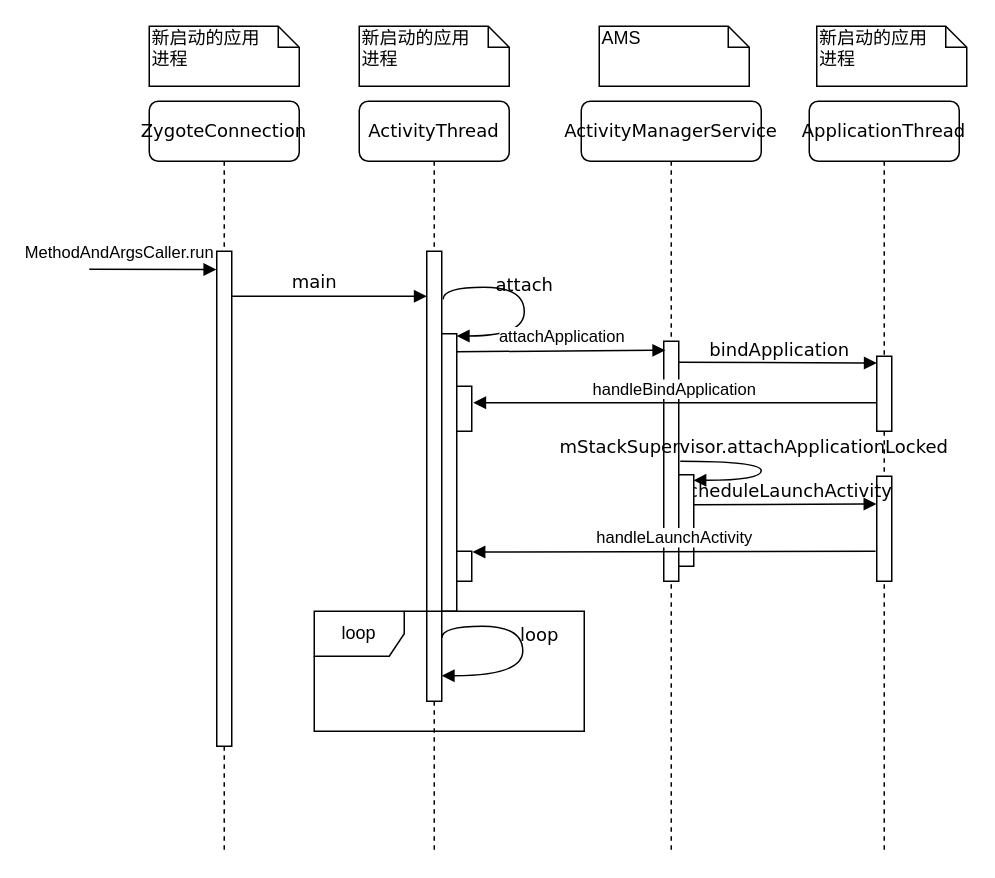
Earlier version of the draw.io diagram thesis/figure_intermediate/app_start2.drawio (january147/Graduation_Project). Source tidied: cells renumbered, new cells numbered last; positions are measured from the earlier drawing's top-left corner, leaving out a move shared by most shapes. Both pictures are drawn from the tidied source at 150%, with x=0, y=0 at pixel (88, 26).
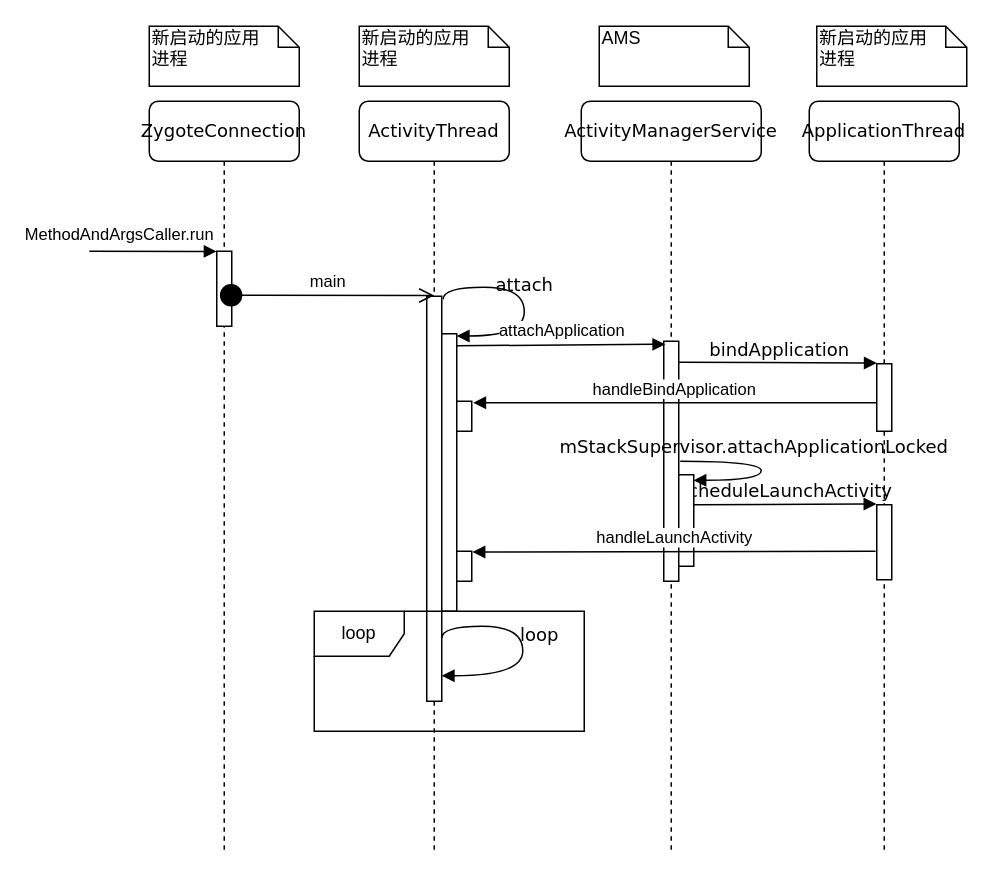
Above is the later version.

The change refers to these unchanged cells:
```xml
<mxCell id="2" value="ActivityThread&lt;br&gt;" style="shape=umlLifeline;perimeter=lifelinePerimeter;whiteSpace=wrap;html=1;outlineConnect=0;rounded=1;shadow=0;comic=0;labelBackgroundColor=none;strokeColor=#000000;strokeWidth=1;fillColor=#FFFFFF;fontFamily=Verdana;fontSize=12;fontColor=#000000;align=center;" parent="1" vertex="1">
  <mxGeometry x="180" y="50" width="100" height="500" as="geometry" />
</mxCell>
<mxCell id="6" value="ApplicationThread" style="shape=umlLifeline;perimeter=lifelinePerimeter;whiteSpace=wrap;html=1;rounded=1;shadow=0;comic=0;labelBackgroundColor=none;strokeColor=#000000;strokeWidth=1;fillColor=#FFFFFF;fontFamily=Verdana;fontSize=12;fontColor=#000000;align=center;" parent="1" vertex="1">
  <mxGeometry x="480" y="50" width="100" height="500" as="geometry" />
</mxCell>
<mxCell id="8" value="ZygoteConnection" style="shape=umlLifeline;perimeter=lifelinePerimeter;whiteSpace=wrap;html=1;rounded=1;shadow=0;comic=0;labelBackgroundColor=none;strokeColor=#000000;strokeWidth=1;fillColor=#FFFFFF;fontFamily=Verdana;fontSize=12;fontColor=#000000;align=center;" parent="1" vertex="1">
  <mxGeometry x="40" y="50" width="100" height="500" as="geometry" />
</mxCell>
```

What changed in the source:
```diff
@@
     <mxCell id="3" style="html=1;perimeter=orthogonalPerimeter;rounded=0;shadow=0;comic=0;labelBackgroundColor=none;strokeColor=#000000;strokeWidth=1;fillColor=#FFFFFF;fontFamily=Verdana;fontSize=12;fontColor=#000000;align=center;" parent="2" vertex="1">
-      <mxGeometry x="45" y="100" width="10" height="300" as="geometry" />
+      <mxGeometry x="45" y="130" width="10" height="270" as="geometry" />
     </mxCell>
@@
     <mxCell id="7" style="html=1;perimeter=orthogonalPerimeter;rounded=0;shadow=0;comic=0;labelBackgroundColor=none;strokeColor=#000000;strokeWidth=1;fillColor=#FFFFFF;fontFamily=Verdana;fontSize=12;fontColor=#000000;align=center;" parent="6" vertex="1">
-      <mxGeometry x="45" y="250" width="10" height="70" as="geometry" />
+      <mxGeometry x="45" y="269" width="10" height="50" as="geometry" />
     </mxCell>
@@
     <mxCell id="9" style="html=1;points=[];perimeter=orthogonalPerimeter;rounded=0;shadow=0;comic=0;labelBackgroundColor=none;strokeColor=#000000;strokeWidth=1;fillColor=#FFFFFF;fontFamily=Verdana;fontSize=12;fontColor=#000000;align=center;" parent="8" vertex="1">
-      <mxGeometry x="45" y="100" width="10" height="330" as="geometry" />
+      <mxGeometry x="45" y="100" width="10" height="50" as="geometry" />
     </mxCell>
     <mxCell id="10" style="html=1;points=[];perimeter=orthogonalPerimeter;rounded=0;shadow=0;comic=0;labelBackgroundColor=none;strokeColor=#000000;strokeWidth=1;fillColor=#FFFFFF;fontFamily=Verdana;fontSize=12;fontColor=#000000;align=center;" parent="1" vertex="1">
-      <mxGeometry x="525" y="220" width="10" height="50" as="geometry" />
+      <mxGeometry x="525" y="225" width="10" height="45" as="geometry" />
     </mxCell>
-    <mxCell id="11" value="main&lt;br&gt;" style="html=1;verticalAlign=bottom;endArrow=block;labelBackgroundColor=none;fontFamily=Verdana;fontSize=12;edgeStyle=elbowEdgeStyle;elbow=vertical;" parent="1" edge="1" source="9">
-      <mxGeometry x="-0.15" relative="1" as="geometry">
-        <mxPoint x="225" y="180" as="targetPoint" />
-        <Array as="points">
-          <mxPoint x="120" y="180" />
-          <mxPoint x="120" y="170" />
-        </Array>
-      </mxGeometry>
-    </mxCell>
@@
-    <mxCell id="14" value="MethodAndArgsCaller.run" style="html=1;verticalAlign=bottom;endArrow=block;entryX=-0.029;entryY=0.037;entryDx=0;entryDy=0;entryPerimeter=0;" parent="1" edge="1" target="9">
+    <mxCell id="14" value="MethodAndArgsCaller.run" style="html=1;verticalAlign=bottom;endArrow=block;entryX=-0.029;entryY=0.037;entryDx=0;entryDy=0;entryPerimeter=0;" parent="1" edge="1">
       <mxGeometry x="-0.53" y="2" relative="1" as="geometry">
-        <mxPoint y="162" as="sourcePoint" />
+        <mxPoint y="150" as="sourcePoint" />
+        <mxPoint x="84.9" y="150.1" as="targetPoint" />
       </mxGeometry>
     </mxCell>
@@
     <mxCell id="18" value="&lt;div&gt;&lt;span&gt;attachApplication&lt;/span&gt;&lt;/div&gt;" style="html=1;verticalAlign=bottom;endArrow=block;" parent="1" edge="1">
       <mxGeometry relative="1" as="geometry">
-        <mxPoint x="245" y="217" as="sourcePoint" />
-        <mxPoint x="384" y="216" as="targetPoint" />
+        <mxPoint x="245" y="213" as="sourcePoint" />
+        <mxPoint x="384" y="212" as="targetPoint" />
       </mxGeometry>
     </mxCell>
@@
     <mxCell id="21" style="html=1;perimeter=orthogonalPerimeter;rounded=0;shadow=0;comic=0;labelBackgroundColor=none;strokeColor=#000000;strokeWidth=1;fillColor=#FFFFFF;fontFamily=Verdana;fontSize=12;fontColor=#000000;align=center;" parent="1" vertex="1">
-      <mxGeometry x="245" y="240" width="10" height="30" as="geometry" />
+      <mxGeometry x="245" y="250" width="10" height="20" as="geometry" />
     </mxCell>
@@
+    <mxCell id="11" value="main" style="html=1;verticalAlign=bottom;startArrow=circle;startFill=1;endArrow=open;startSize=6;endSize=8;entryX=0.5;entryY=0.259;entryDx=0;entryDy=0;entryPerimeter=0;exitX=0.159;exitY=0.587;exitDx=0;exitDy=0;exitPerimeter=0;" parent="1" edge="1" source="9" target="2">
+      <mxGeometry relative="1" as="geometry" />
+    </mxCell>
```
